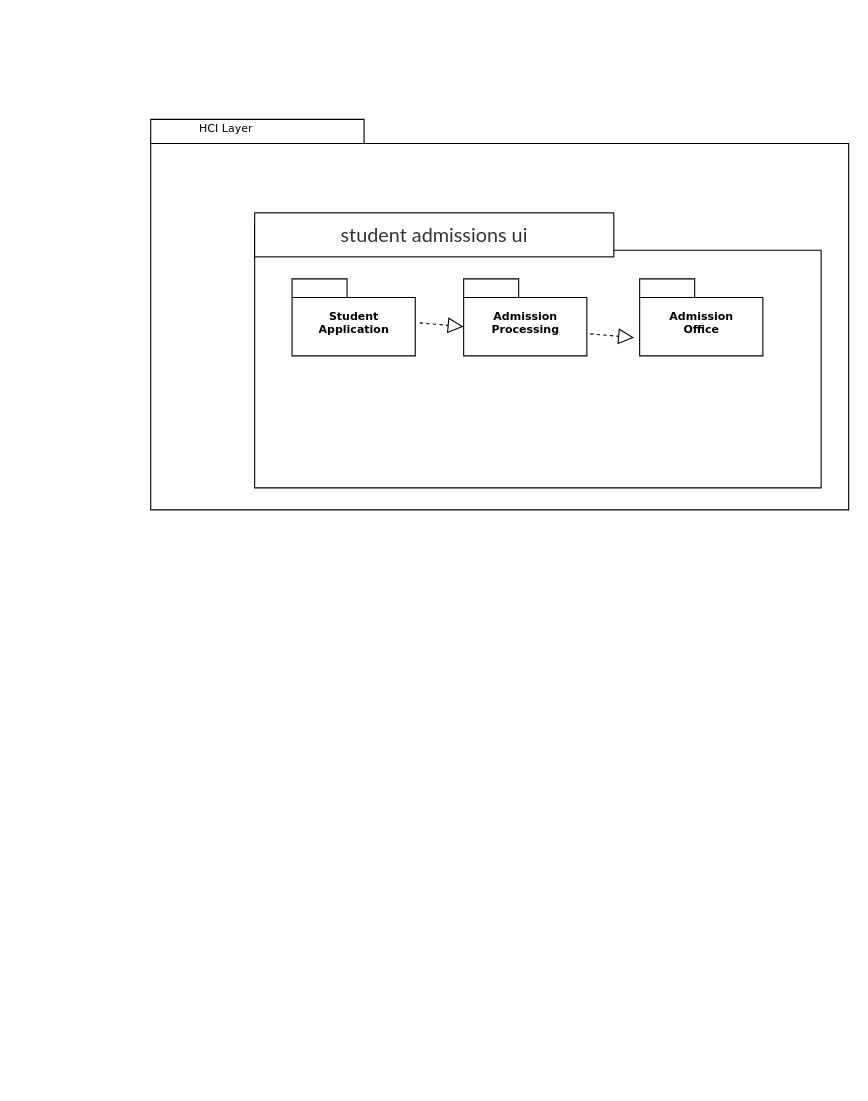
Before: package.drawio in yanling/mycleaninglist, a draw.io diagram. Source tidied: cells renumbered, new cells numbered last; positions are measured from the earlier drawing's top-left corner, leaving out a move shared by most shapes. Both pictures are drawn from the tidied source at 110%, with x=0, y=0 at pixel (151, 118).
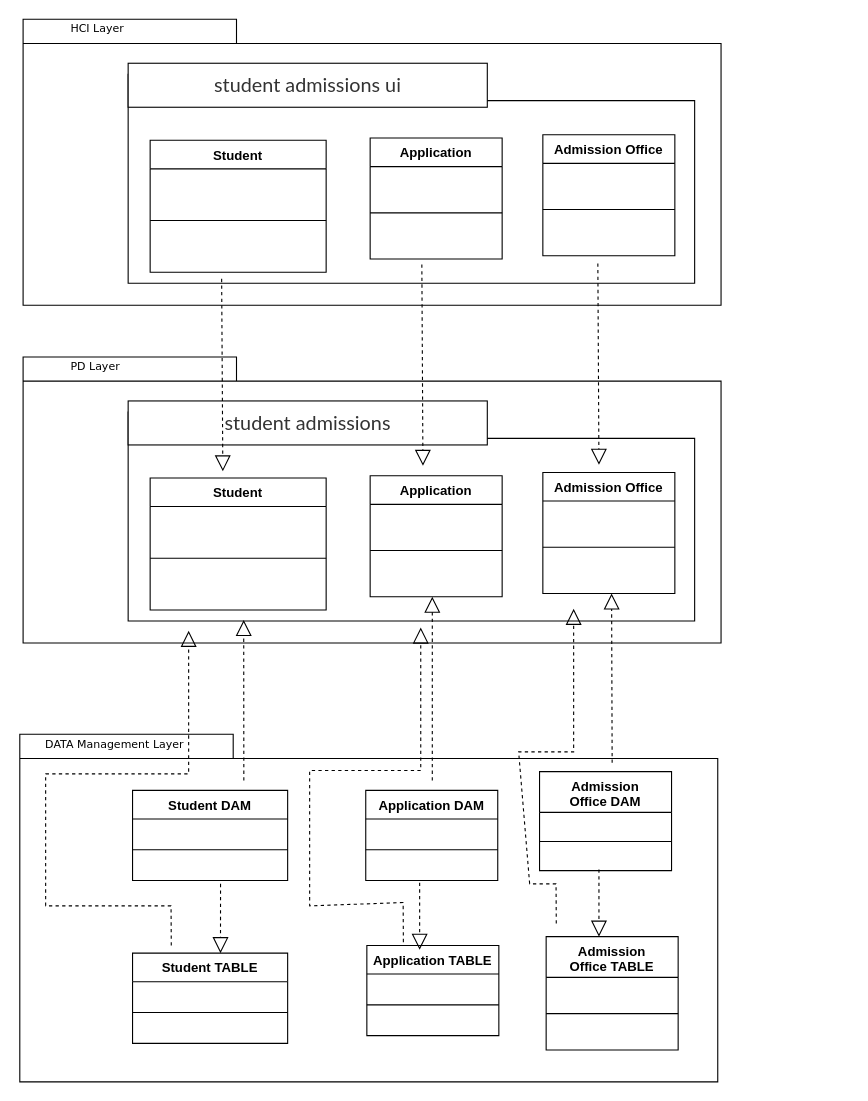
The same page after the edit.

Diff of the diagram source:
```diff
@@
+    <mxCell id="3" style="shape=folder;fontStyle=1;spacingTop=10;tabWidth=194;tabHeight=22;tabPosition=left;html=1;rounded=0;shadow=0;comic=0;labelBackgroundColor=none;strokeWidth=1;fillColor=none;fontFamily=Verdana;fontSize=10;align=center;" parent="1" vertex="1">
+      <mxGeometry x="-116.5" y="-90" width="634.5" height="260" as="geometry" />
+    </mxCell>
     <mxCell id="2" style="shape=folder;fontStyle=1;spacingTop=10;tabWidth=123;tabHeight=24;tabPosition=left;html=1;rounded=0;shadow=0;comic=0;labelBackgroundColor=none;strokeColor=#000000;strokeWidth=1;fillColor=#ffffff;fontFamily=Verdana;fontSize=10;fontColor=#000000;align=center;" parent="1" vertex="1">
-      <mxGeometry x="94" y="96" width="515" height="240" as="geometry" />
+      <mxGeometry x="-21" y="-40" width="515" height="190" as="geometry" />
     </mxCell>
-    <mxCell id="3" style="shape=folder;fontStyle=1;spacingTop=10;tabWidth=194;tabHeight=22;tabPosition=left;html=1;rounded=0;shadow=0;comic=0;labelBackgroundColor=none;strokeWidth=1;fillColor=none;fontFamily=Verdana;fontSize=10;align=center;" parent="1" vertex="1">
-      <mxGeometry x="-0.5" y="1" width="634.5" height="355" as="geometry" />
-    </mxCell>
-    <mxCell id="4" value="Admission &lt;br&gt;Processing" style="shape=folder;fontStyle=1;spacingTop=10;tabWidth=50;tabHeight=17;tabPosition=left;html=1;rounded=0;shadow=0;comic=0;labelBackgroundColor=none;strokeColor=#000000;strokeWidth=1;fillColor=#ffffff;fontFamily=Verdana;fontSize=10;fontColor=#000000;align=center;" parent="1" vertex="1">
-      <mxGeometry x="284" y="146" width="112" height="70" as="geometry" />
-    </mxCell>
-    <mxCell id="5" value="Student &lt;br&gt;Application" style="shape=folder;fontStyle=1;spacingTop=10;tabWidth=50;tabHeight=17;tabPosition=left;html=1;rounded=0;shadow=0;comic=0;labelBackgroundColor=none;strokeColor=#000000;strokeWidth=1;fillColor=#ffffff;fontFamily=Verdana;fontSize=10;fontColor=#000000;align=center;" parent="1" vertex="1">
-      <mxGeometry x="128" y="146" width="112" height="70" as="geometry" />
-    </mxCell>
-    <mxCell id="6" value="Admission &lt;br&gt;Office" style="shape=folder;fontStyle=1;spacingTop=10;tabWidth=50;tabHeight=17;tabPosition=left;html=1;rounded=0;shadow=0;comic=0;labelBackgroundColor=none;strokeColor=#000000;strokeWidth=1;fillColor=#ffffff;fontFamily=Verdana;fontSize=10;fontColor=#000000;align=center;" parent="1" vertex="1">
-      <mxGeometry x="444" y="146" width="112" height="70" as="geometry" />
-    </mxCell>
     <mxCell id="7" value="HCI Layer" style="text;html=1;align=left;verticalAlign=top;spacingTop=-4;fontSize=10;fontFamily=Verdana;" parent="1" vertex="1">
-      <mxGeometry x="41.5" y="0.5" width="130" height="20" as="geometry" />
+      <mxGeometry x="-75.5" y="-90.5" width="130" height="20" as="geometry" />
     </mxCell>
     <mxCell id="8" value="&lt;span style=&quot;color: rgb(51 , 51 , 51) ; font-family: &amp;#34;lato extended&amp;#34; , &amp;#34;lato&amp;#34; , &amp;#34;helvetica neue&amp;#34; , &amp;#34;helvetica&amp;#34; , &amp;#34;arial&amp;#34; , sans-serif ; font-size: 18px ; background-color: rgb(255 , 255 , 255)&quot;&gt;student admissions ui&lt;/span&gt;" style="rounded=0;whiteSpace=wrap;html=1;" parent="1" vertex="1">
-      <mxGeometry x="94" y="86" width="326.5" height="40" as="geometry" />
+      <mxGeometry x="-21" y="-50" width="326.5" height="40" as="geometry" />
     </mxCell>
-    <mxCell id="9" style="endArrow=block;dashed=1;endFill=0;endSize=12;html=1;rounded=0;entryX=0;entryY=0;entryDx=0;entryDy=43.5;entryPerimeter=0;" parent="1" edge="1" target="4">
-      <mxGeometry relative="1" as="geometry">
-        <mxPoint x="244" y="186" as="sourcePoint" />
-      </mxGeometry>
-    </mxCell>
-    <mxCell id="10" style="endArrow=block;dashed=1;endFill=0;endSize=12;html=1;rounded=0;entryX=0;entryY=0;entryDx=0;entryDy=43.5;entryPerimeter=0;" parent="1" edge="1">
-      <mxGeometry relative="1" as="geometry">
-        <mxPoint x="399" y="196" as="sourcePoint" />
-        <mxPoint x="439" y="199.5" as="targetPoint" />
-      </mxGeometry>
-    </mxCell>
+    <mxCell id="11" value="Student" style="swimlane;fontStyle=1;align=center;verticalAlign=top;horizontal=1;startSize=26;" parent="1" vertex="1">
+      <mxGeometry x="-1" y="20" width="160" height="120" as="geometry" />
+    </mxCell>
+    <mxCell id="12" style="line;strokeWidth=1;fillColor=none;align=left;verticalAlign=middle;spacingTop=-1;spacingLeft=3;spacingRight=3;labelPosition=right;" parent="11" vertex="1">
+      <mxGeometry y="26" width="160" height="94" as="geometry" />
+    </mxCell>
+    <mxCell id="13" value="Application" style="swimlane;fontStyle=1;align=center;verticalAlign=top;horizontal=1;startSize=26;" parent="1" vertex="1">
+      <mxGeometry x="199" y="18" width="120" height="110" as="geometry" />
+    </mxCell>
+    <mxCell id="14" style="line;strokeWidth=1;fillColor=none;align=left;verticalAlign=middle;spacingTop=-1;spacingLeft=3;spacingRight=3;labelPosition=right;" parent="13" vertex="1">
+      <mxGeometry y="26" width="120" height="84" as="geometry" />
+    </mxCell>
+    <mxCell id="15" value="Admission Office" style="swimlane;fontStyle=1;align=center;verticalAlign=top;horizontal=1;startSize=26;" parent="1" vertex="1">
+      <mxGeometry x="356" y="15" width="120" height="110" as="geometry" />
+    </mxCell>
+    <mxCell id="16" style="line;strokeWidth=1;fillColor=none;align=left;verticalAlign=middle;spacingTop=-1;spacingLeft=3;spacingRight=3;labelPosition=right;" parent="15" vertex="1">
+      <mxGeometry y="26" width="120" height="84" as="geometry" />
+    </mxCell>
+    <mxCell id="17" style="shape=folder;fontStyle=1;spacingTop=10;tabWidth=194;tabHeight=22;tabPosition=left;html=1;rounded=0;shadow=0;comic=0;labelBackgroundColor=none;strokeWidth=1;fillColor=none;fontFamily=Verdana;fontSize=10;align=center;" parent="1" vertex="1">
+      <mxGeometry x="-116.5" y="217" width="634.5" height="260" as="geometry" />
+    </mxCell>
+    <mxCell id="18" style="shape=folder;fontStyle=1;spacingTop=10;tabWidth=123;tabHeight=24;tabPosition=left;html=1;rounded=0;shadow=0;comic=0;labelBackgroundColor=none;strokeColor=#000000;strokeWidth=1;fillColor=#ffffff;fontFamily=Verdana;fontSize=10;fontColor=#000000;align=center;" parent="1" vertex="1">
+      <mxGeometry x="-21" y="267" width="515" height="190" as="geometry" />
+    </mxCell>
+    <mxCell id="19" value="PD Layer" style="text;html=1;align=left;verticalAlign=top;spacingTop=-4;fontSize=10;fontFamily=Verdana;" parent="1" vertex="1">
+      <mxGeometry x="-75.5" y="216.5" width="130" height="20" as="geometry" />
+    </mxCell>
+    <mxCell id="20" value="&lt;span style=&quot;color: rgb(51 , 51 , 51) ; font-family: &amp;#34;lato extended&amp;#34; , &amp;#34;lato&amp;#34; , &amp;#34;helvetica neue&amp;#34; , &amp;#34;helvetica&amp;#34; , &amp;#34;arial&amp;#34; , sans-serif ; font-size: 18px ; background-color: rgb(255 , 255 , 255)&quot;&gt;student admissions&lt;/span&gt;" style="rounded=0;whiteSpace=wrap;html=1;" parent="1" vertex="1">
+      <mxGeometry x="-21" y="257" width="326.5" height="40" as="geometry" />
+    </mxCell>
+    <mxCell id="21" value="Student" style="swimlane;fontStyle=1;align=center;verticalAlign=top;horizontal=1;startSize=26;" parent="1" vertex="1">
+      <mxGeometry x="-1" y="327" width="160" height="120" as="geometry" />
+    </mxCell>
+    <mxCell id="22" style="line;strokeWidth=1;fillColor=none;align=left;verticalAlign=middle;spacingTop=-1;spacingLeft=3;spacingRight=3;labelPosition=right;" parent="21" vertex="1">
+      <mxGeometry y="26" width="160" height="94" as="geometry" />
+    </mxCell>
+    <mxCell id="23" value="Application" style="swimlane;fontStyle=1;align=center;verticalAlign=top;horizontal=1;startSize=26;" parent="1" vertex="1">
+      <mxGeometry x="199" y="325" width="120" height="110" as="geometry" />
+    </mxCell>
+    <mxCell id="24" style="line;strokeWidth=1;fillColor=none;align=left;verticalAlign=middle;spacingTop=-1;spacingLeft=3;spacingRight=3;labelPosition=right;" parent="23" vertex="1">
+      <mxGeometry y="26" width="120" height="84" as="geometry" />
+    </mxCell>
+    <mxCell id="25" style="shape=folder;fontStyle=1;spacingTop=10;tabWidth=194;tabHeight=22;tabPosition=left;html=1;rounded=0;shadow=0;comic=0;labelBackgroundColor=none;strokeWidth=1;fillColor=none;fontFamily=Verdana;fontSize=10;align=center;" parent="1" vertex="1">
+      <mxGeometry x="-119.5" y="560" width="634.5" height="316" as="geometry" />
+    </mxCell>
+    <mxCell id="26" value="Admission Office" style="swimlane;fontStyle=1;align=center;verticalAlign=top;horizontal=1;startSize=26;" parent="1" vertex="1">
+      <mxGeometry x="356" y="322" width="120" height="110" as="geometry" />
+    </mxCell>
+    <mxCell id="27" style="line;strokeWidth=1;fillColor=none;align=left;verticalAlign=middle;spacingTop=-1;spacingLeft=3;spacingRight=3;labelPosition=right;" parent="26" vertex="1">
+      <mxGeometry y="26" width="120" height="84" as="geometry" />
+    </mxCell>
+    <mxCell id="28" value="DATA Management Layer" style="text;html=1;align=left;verticalAlign=top;spacingTop=-4;fontSize=10;fontFamily=Verdana;" parent="1" vertex="1">
+      <mxGeometry x="-98.5" y="560.5" width="130" height="20" as="geometry" />
+    </mxCell>
+    <mxCell id="29" value="Student DAM" style="swimlane;fontStyle=1;align=center;verticalAlign=top;horizontal=1;startSize=26;" parent="1" vertex="1">
+      <mxGeometry x="-17" y="611" width="141" height="82" as="geometry" />
+    </mxCell>
+    <mxCell id="30" style="line;strokeWidth=1;fillColor=none;align=left;verticalAlign=middle;spacingTop=-1;spacingLeft=3;spacingRight=3;labelPosition=right;" parent="29" vertex="1">
+      <mxGeometry y="26" width="141" height="56" as="geometry" />
+    </mxCell>
+    <mxCell id="31" value="Application DAM" style="swimlane;fontStyle=1;align=center;verticalAlign=top;horizontal=1;startSize=26;" parent="1" vertex="1">
+      <mxGeometry x="195" y="611" width="120" height="82" as="geometry" />
+    </mxCell>
+    <mxCell id="32" style="line;strokeWidth=1;fillColor=none;align=left;verticalAlign=middle;spacingTop=-1;spacingLeft=3;spacingRight=3;labelPosition=right;" parent="31" vertex="1">
+      <mxGeometry y="26" width="120" height="56" as="geometry" />
+    </mxCell>
+    <mxCell id="33" value="Admission &#10;Office DAM" style="swimlane;fontStyle=1;align=center;verticalAlign=top;horizontal=1;startSize=37;" parent="1" vertex="1">
+      <mxGeometry x="353" y="594" width="120" height="90" as="geometry" />
+    </mxCell>
+    <mxCell id="34" style="line;strokeWidth=1;fillColor=none;align=left;verticalAlign=middle;spacingTop=-1;spacingLeft=3;spacingRight=3;labelPosition=right;" parent="33" vertex="1">
+      <mxGeometry y="37" width="120" height="53" as="geometry" />
+    </mxCell>
+    <mxCell id="35" style="endArrow=block;dashed=1;endFill=0;endSize=12;html=1;rounded=0;entryX=0.413;entryY=-0.05;entryDx=0;entryDy=0;entryPerimeter=0;" parent="1" edge="1" target="21">
+      <mxGeometry relative="1" as="geometry">
+        <mxPoint x="64" y="146" as="sourcePoint" />
+      </mxGeometry>
+    </mxCell>
+    <mxCell id="36" style="endArrow=block;dashed=1;endFill=0;endSize=12;html=1;rounded=0;" parent="1" edge="1">
+      <mxGeometry relative="1" as="geometry">
+        <mxPoint x="246" y="133" as="sourcePoint" />
+        <mxPoint x="247" y="316" as="targetPoint" />
+      </mxGeometry>
+    </mxCell>
+    <mxCell id="37" style="endArrow=block;dashed=1;endFill=0;endSize=12;html=1;rounded=0;" parent="1" edge="1">
+      <mxGeometry relative="1" as="geometry">
+        <mxPoint x="406" y="132" as="sourcePoint" />
+        <mxPoint x="407" y="315" as="targetPoint" />
+      </mxGeometry>
+    </mxCell>
+    <mxCell id="38" value="Student TABLE" style="swimlane;fontStyle=1;align=center;verticalAlign=top;horizontal=1;startSize=26;" parent="1" vertex="1">
+      <mxGeometry x="-17" y="759" width="141" height="82" as="geometry" />
+    </mxCell>
+    <mxCell id="39" style="line;strokeWidth=1;fillColor=none;align=left;verticalAlign=middle;spacingTop=-1;spacingLeft=3;spacingRight=3;labelPosition=right;" parent="38" vertex="1">
+      <mxGeometry y="26" width="141" height="56" as="geometry" />
+    </mxCell>
+    <mxCell id="40" value="Application TABLE" style="swimlane;fontStyle=1;align=center;verticalAlign=top;horizontal=1;startSize=26;" parent="1" vertex="1">
+      <mxGeometry x="196" y="752" width="120" height="82" as="geometry" />
+    </mxCell>
+    <mxCell id="41" style="line;strokeWidth=1;fillColor=none;align=left;verticalAlign=middle;spacingTop=-1;spacingLeft=3;spacingRight=3;labelPosition=right;" parent="40" vertex="1">
+      <mxGeometry y="26" width="120" height="56" as="geometry" />
+    </mxCell>
+    <mxCell id="42" value="Admission &#10;Office TABLE" style="swimlane;fontStyle=1;align=center;verticalAlign=top;horizontal=1;startSize=37;" parent="1" vertex="1">
+      <mxGeometry x="359" y="744" width="120" height="103" as="geometry" />
+    </mxCell>
+    <mxCell id="43" style="line;strokeWidth=1;fillColor=none;align=left;verticalAlign=middle;spacingTop=-1;spacingLeft=3;spacingRight=3;labelPosition=right;" parent="42" vertex="1">
+      <mxGeometry y="37" width="120" height="66" as="geometry" />
+    </mxCell>
+    <mxCell id="44" style="endArrow=block;dashed=1;endFill=0;endSize=12;html=1;rounded=0;entryX=0.567;entryY=0;entryDx=0;entryDy=0;entryPerimeter=0;" parent="1" edge="1" target="38">
+      <mxGeometry relative="1" as="geometry">
+        <mxPoint x="63" y="696" as="sourcePoint" />
+      </mxGeometry>
+    </mxCell>
+    <mxCell id="45" style="endArrow=block;dashed=1;endFill=0;endSize=12;html=1;rounded=0;" parent="1" edge="1">
+      <mxGeometry relative="1" as="geometry">
+        <mxPoint x="244" y="695" as="sourcePoint" />
+        <mxPoint x="244" y="756" as="targetPoint" />
+      </mxGeometry>
+    </mxCell>
+    <mxCell id="46" style="endArrow=block;dashed=1;endFill=0;endSize=12;html=1;rounded=0;" parent="1" edge="1">
+      <mxGeometry relative="1" as="geometry">
+        <mxPoint x="407" y="683" as="sourcePoint" />
+        <mxPoint x="407" y="744" as="targetPoint" />
+      </mxGeometry>
+    </mxCell>
+    <mxCell id="47" style="endArrow=block;dashed=1;endFill=0;endSize=12;html=1;rounded=0;exitX=0.321;exitY=0.133;exitDx=0;exitDy=0;exitPerimeter=0;entryX=0.204;entryY=0.995;entryDx=0;entryDy=0;entryPerimeter=0;" parent="1" edge="1" source="25" target="18">
+      <mxGeometry relative="1" as="geometry" />
+    </mxCell>
+    <mxCell id="48" style="endArrow=block;dashed=1;endFill=0;endSize=12;html=1;rounded=0;exitX=0.25;exitY=0;exitDx=0;exitDy=0;" parent="1" edge="1">
+      <mxGeometry relative="1" as="geometry">
+        <mxPoint x="18.2" y="752" as="sourcePoint" />
+        <mxPoint x="34" y="466" as="targetPoint" />
+        <Array as="points">
+          <mxPoint x="18" y="716" />
+          <mxPoint x="-96" y="716" />
+          <mxPoint x="-96" y="596" />
+          <mxPoint x="34" y="596" />
+        </Array>
+      </mxGeometry>
+    </mxCell>
+    <mxCell id="49" style="endArrow=block;dashed=1;endFill=0;endSize=12;html=1;rounded=0;exitX=0.591;exitY=0.133;exitDx=0;exitDy=0;exitPerimeter=0;entryX=0.204;entryY=0.995;entryDx=0;entryDy=0;entryPerimeter=0;" parent="1" edge="1" source="25">
+      <mxGeometry relative="1" as="geometry">
+        <mxPoint x="255.5" y="435" as="targetPoint" />
+      </mxGeometry>
+    </mxCell>
+    <mxCell id="50" style="endArrow=block;dashed=1;endFill=0;endSize=12;html=1;rounded=0;entryX=0.204;entryY=0.995;entryDx=0;entryDy=0;entryPerimeter=0;" parent="1" edge="1">
+      <mxGeometry relative="1" as="geometry">
+        <mxPoint x="419" y="586" as="sourcePoint" />
+        <mxPoint x="418.5" y="432" as="targetPoint" />
+      </mxGeometry>
+    </mxCell>
+    <mxCell id="51" style="endArrow=block;dashed=1;endFill=0;endSize=12;html=1;rounded=0;exitX=0.25;exitY=0;exitDx=0;exitDy=0;" parent="1" edge="1">
+      <mxGeometry relative="1" as="geometry">
+        <mxPoint x="229.2" y="749" as="sourcePoint" />
+        <mxPoint x="245" y="463" as="targetPoint" />
+        <Array as="points">
+          <mxPoint x="229" y="713" />
+          <mxPoint x="144" y="716" />
+          <mxPoint x="144" y="656" />
+          <mxPoint x="144" y="593" />
+          <mxPoint x="245" y="593" />
+        </Array>
+      </mxGeometry>
+    </mxCell>
+    <mxCell id="52" style="endArrow=block;dashed=1;endFill=0;endSize=12;html=1;rounded=0;exitX=0.25;exitY=0;exitDx=0;exitDy=0;" parent="1" edge="1">
+      <mxGeometry relative="1" as="geometry">
+        <mxPoint x="368.2" y="732" as="sourcePoint" />
+        <mxPoint x="384" y="446" as="targetPoint" />
+        <Array as="points">
+          <mxPoint x="368" y="696" />
+          <mxPoint x="344" y="696" />
+          <mxPoint x="334" y="576" />
+          <mxPoint x="384" y="576" />
+        </Array>
+      </mxGeometry>
+    </mxCell>
```
